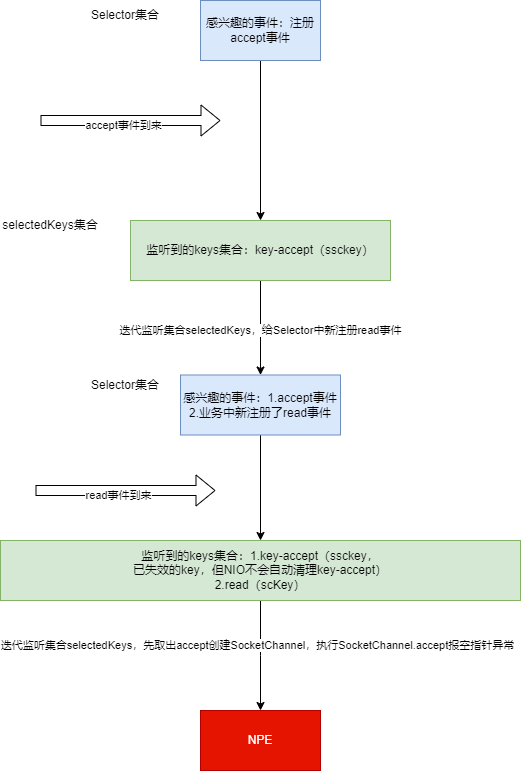
Above: NIO处理accept事件.drawio.png in lyflexi/draw.io-online (draw.io), before the change. Source tidied: cells renumbered, new cells last; positions are measured from the earlier drawing's top-left corner, leaving out a move shared by most shapes.
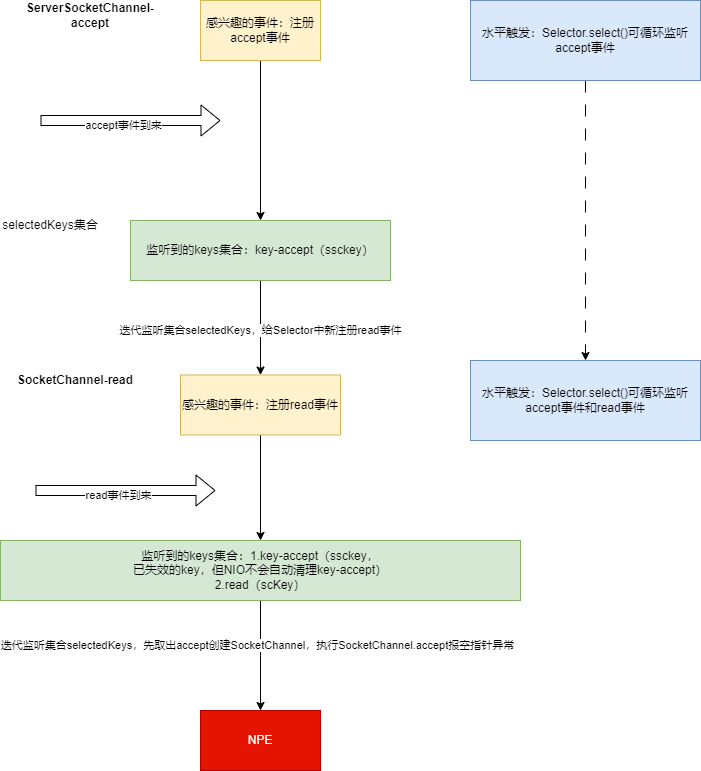
Above is the later version.

Commit message:
更新NIO处理accept事件.drawio.png

The edit, as a diff of the source:
```diff
@@ -5,11 +5,11 @@
     <mxCell id="2" style="edgeStyle=orthogonalEdgeStyle;rounded=0;jettySize=auto;html=1;" parent="1" edge="1" source="3" target="7">
       <mxGeometry relative="1" as="geometry" />
     </mxCell>
-    <mxCell id="3" value="感兴趣的事件：注册accept事件" style="rounded=0;whiteSpace=wrap;html=1;fillColor=#dae8fc;strokeColor=#6c8ebf;" parent="1" vertex="1">
+    <mxCell id="3" value="感兴趣的事件：注册accept事件" style="rounded=0;whiteSpace=wrap;html=1;fillColor=#fff2cc;strokeColor=#d6b656;" parent="1" vertex="1">
       <mxGeometry x="200" width="120" height="60" as="geometry" />
     </mxCell>
-    <mxCell id="4" value="Selector集合" style="text;html=1;strokeColor=none;fillColor=none;align=center;verticalAlign=middle;whiteSpace=wrap;rounded=0;" parent="1" vertex="1">
-      <mxGeometry x="80" width="90" height="30" as="geometry" />
+    <mxCell id="4" value="&lt;b&gt;ServerSocketChannel-accept&lt;/b&gt;" style="text;html=1;strokeColor=none;fillColor=none;align=center;verticalAlign=middle;whiteSpace=wrap;rounded=0;" parent="1" vertex="1">
+      <mxGeometry x="10" width="160" height="30" as="geometry" />
     </mxCell>
     <mxCell id="5" style="edgeStyle=orthogonalEdgeStyle;rounded=0;jettySize=auto;html=1;entryX=0.5;entryY=0;entryDx=0;entryDy=0;" parent="1" edge="1" source="7" target="15">
       <mxGeometry relative="1" as="geometry" />
@@ -46,11 +46,11 @@
     <mxCell id="14" style="edgeStyle=orthogonalEdgeStyle;rounded=0;jettySize=auto;html=1;" parent="1" edge="1" source="15" target="11">
       <mxGeometry relative="1" as="geometry" />
     </mxCell>
-    <mxCell id="15" value="感兴趣的事件：1.accept事件&lt;br&gt;2.业务中新注册了read事件" style="rounded=0;whiteSpace=wrap;html=1;fillColor=#dae8fc;strokeColor=#6c8ebf;" parent="1" vertex="1">
+    <mxCell id="15" value="感兴趣的事件：注册read事件" style="rounded=0;whiteSpace=wrap;html=1;fillColor=#fff2cc;strokeColor=#d6b656;" parent="1" vertex="1">
       <mxGeometry x="180" y="374.5" width="160" height="60" as="geometry" />
     </mxCell>
-    <mxCell id="16" value="Selector集合" style="text;html=1;strokeColor=none;fillColor=none;align=center;verticalAlign=middle;whiteSpace=wrap;rounded=0;" parent="1" vertex="1">
-      <mxGeometry x="80" y="370" width="90" height="30" as="geometry" />
+    <mxCell id="16" value="&lt;b&gt;SocketChannel-read&lt;/b&gt;" style="text;html=1;strokeColor=none;fillColor=none;align=center;verticalAlign=middle;whiteSpace=wrap;rounded=0;" parent="1" vertex="1">
+      <mxGeometry x="10" y="360" width="130" height="40" as="geometry" />
     </mxCell>
     <mxCell id="17" style="shape=flexArrow;endArrow=classic;html=1;rounded=0;" parent="1" edge="1">
       <mxGeometry relative="1" as="geometry">
@@ -64,5 +64,14 @@
     <mxCell id="19" value="NPE" style="rounded=0;whiteSpace=wrap;html=1;fillColor=#e51400;strokeColor=#B20000;fontColor=#ffffff;" parent="1" vertex="1">
       <mxGeometry x="200" y="710" width="120" height="60" as="geometry" />
     </mxCell>
+    <mxCell id="20" style="edgeStyle=orthogonalEdgeStyle;rounded=0;jettySize=auto;html=1;dashed=1;dashPattern=12 12;" parent="1" edge="1" source="21" target="22">
+      <mxGeometry relative="1" as="geometry" />
+    </mxCell>
+    <mxCell id="21" value="水平触发：Selector.select()可循环监听accept事件" style="rounded=0;whiteSpace=wrap;html=1;fillColor=#dae8fc;strokeColor=#6c8ebf;" parent="1" vertex="1">
+      <mxGeometry x="470" width="230" height="80" as="geometry" />
+    </mxCell>
+    <mxCell id="22" value="水平触发：Selector.select()可循环监听accept事件和read事件" style="rounded=0;whiteSpace=wrap;html=1;fillColor=#dae8fc;strokeColor=#6c8ebf;" parent="1" vertex="1">
+      <mxGeometry x="470" y="360" width="230" height="80" as="geometry" />
+    </mxCell>
   </root>
 </mxGraphModel>
```
